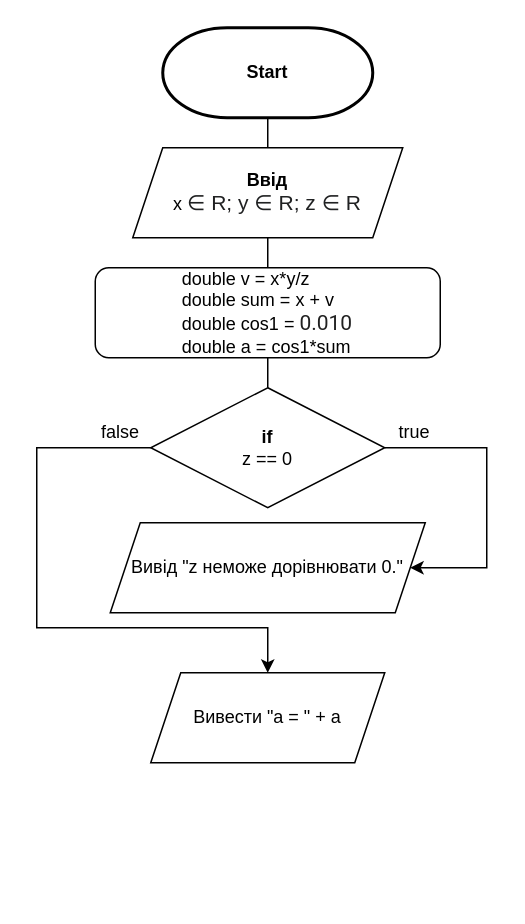
Earlier version of the draw.io diagram Lab01/Lab01.1.drawio (w0nna/ads-bugreyev-kp13). Source tidied: cells renumbered, new cells numbered last; positions are measured from the earlier drawing's top-left corner, leaving out a move shared by most shapes. Both pictures are drawn from the tidied source at 150%, with x=0, y=0 at pixel (36, 27).
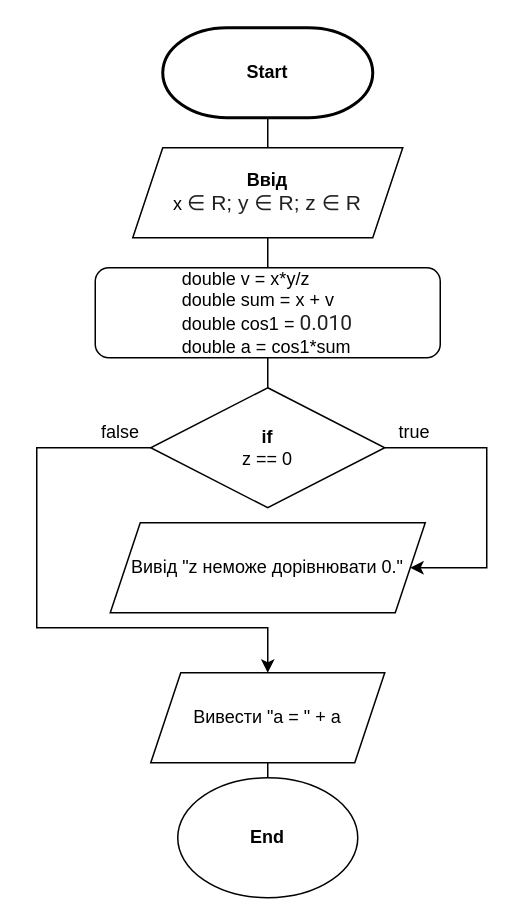
Above is the later version.

Commit message:
Перевірка та завершення виконання завдання 1.

The change refers to these unchanged cells:
```xml
<mxCell id="13" value="Вивести &quot;а = &quot; + a" style="shape=parallelogram;perimeter=parallelogramPerimeter;whiteSpace=wrap;html=1;fixedSize=1;" parent="1" vertex="1">
  <mxGeometry x="76" y="430" width="156" height="60" as="geometry" />
</mxCell>
```

What changed in the source:
```diff
@@
+    <mxCell id="15" value="&lt;b&gt;End&lt;/b&gt;" style="ellipse;whiteSpace=wrap;html=1;" parent="1" vertex="1">
+      <mxGeometry x="94" y="500" width="120" height="80" as="geometry" />
+    </mxCell>
+    <mxCell id="16" style="endArrow=none;html=1;entryX=0.5;entryY=1;entryDx=0;entryDy=0;exitX=0.5;exitY=0;exitDx=0;exitDy=0;" parent="1" edge="1" source="15" target="13">
+      <mxGeometry relative="1" as="geometry" />
+    </mxCell>
```
